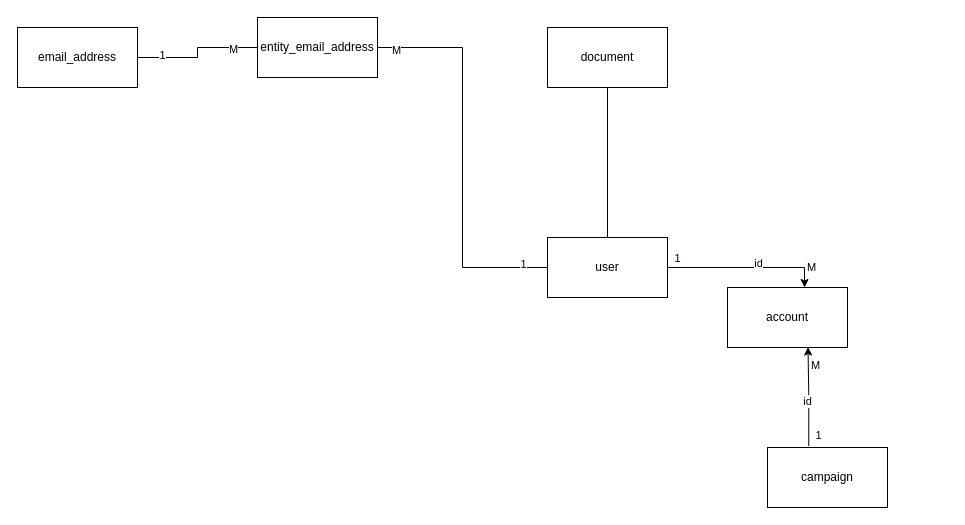
This is Untitled Diagram.drawio from egorb17/ESPO-DB, a draw.io file, before an edit. Source tidied: cells renumbered, new cells numbered last; positions are measured from the earlier drawing's top-left corner, leaving out a move shared by most shapes. Both pictures are drawn from the tidied source at 100%, with x=0, y=0 at pixel (17, 17).
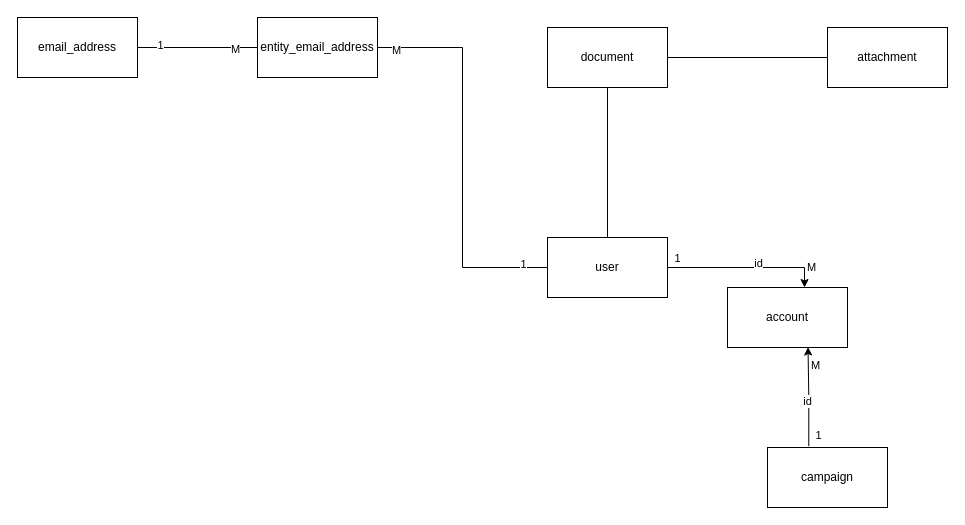
After the change.

The change refers to these unchanged cells:
```xml
<mxCell id="8" value="document" style="rounded=0;whiteSpace=wrap;html=1;" parent="1" vertex="1">
  <mxGeometry x="530" y="10" width="120" height="60" as="geometry" />
</mxCell>
```

What changed in the source:
```diff
@@
     <mxCell id="18" value="email_address" style="rounded=0;whiteSpace=wrap;html=1;" parent="1" vertex="1">
-      <mxGeometry y="10" width="120" height="60" as="geometry" />
+      <mxGeometry width="120" height="60" as="geometry" />
     </mxCell>
@@
+    <mxCell id="23" style="edgeStyle=orthogonalEdgeStyle;rounded=0;jettySize=auto;html=1;entryX=1;entryY=0.5;entryDx=0;entryDy=0;endArrow=none;endFill=0;" parent="1" edge="1" source="24" target="8">
+      <mxGeometry relative="1" as="geometry" />
+    </mxCell>
+    <mxCell id="24" value="attachment" style="rounded=0;whiteSpace=wrap;html=1;" parent="1" vertex="1">
+      <mxGeometry x="810" y="10" width="120" height="60" as="geometry" />
+    </mxCell>
```
